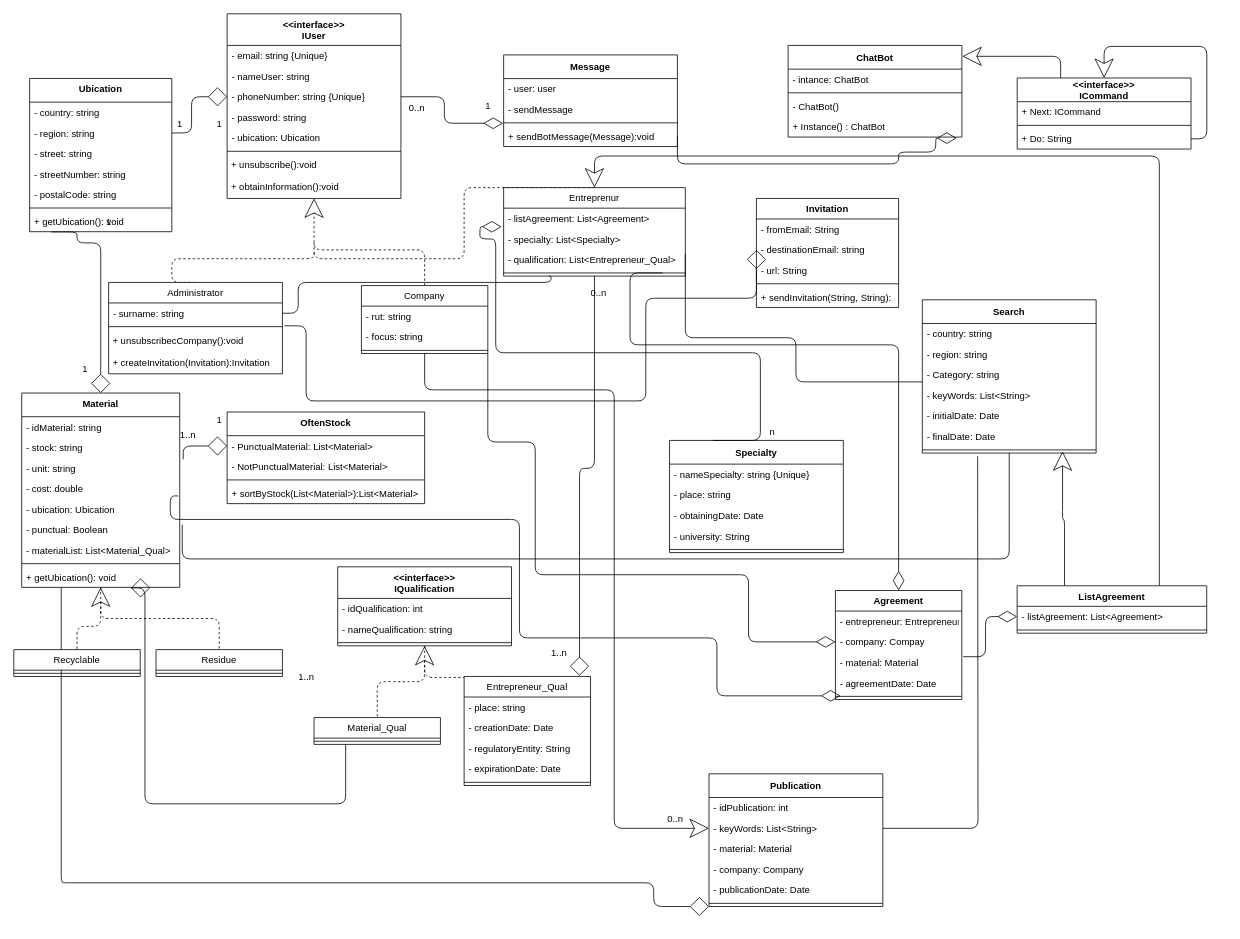
Earlier version of the draw.io diagram docs/DiagramaDeClases.drawio (kevinalvarezvicente/Final_Work_PII_2021). Source tidied: cells renumbered, new cells numbered last; positions are measured from the earlier drawing's top-left corner, leaving out a move shared by most shapes. Both pictures are drawn from the tidied source at 79%, with x=0, y=0 at pixel (13, 13).
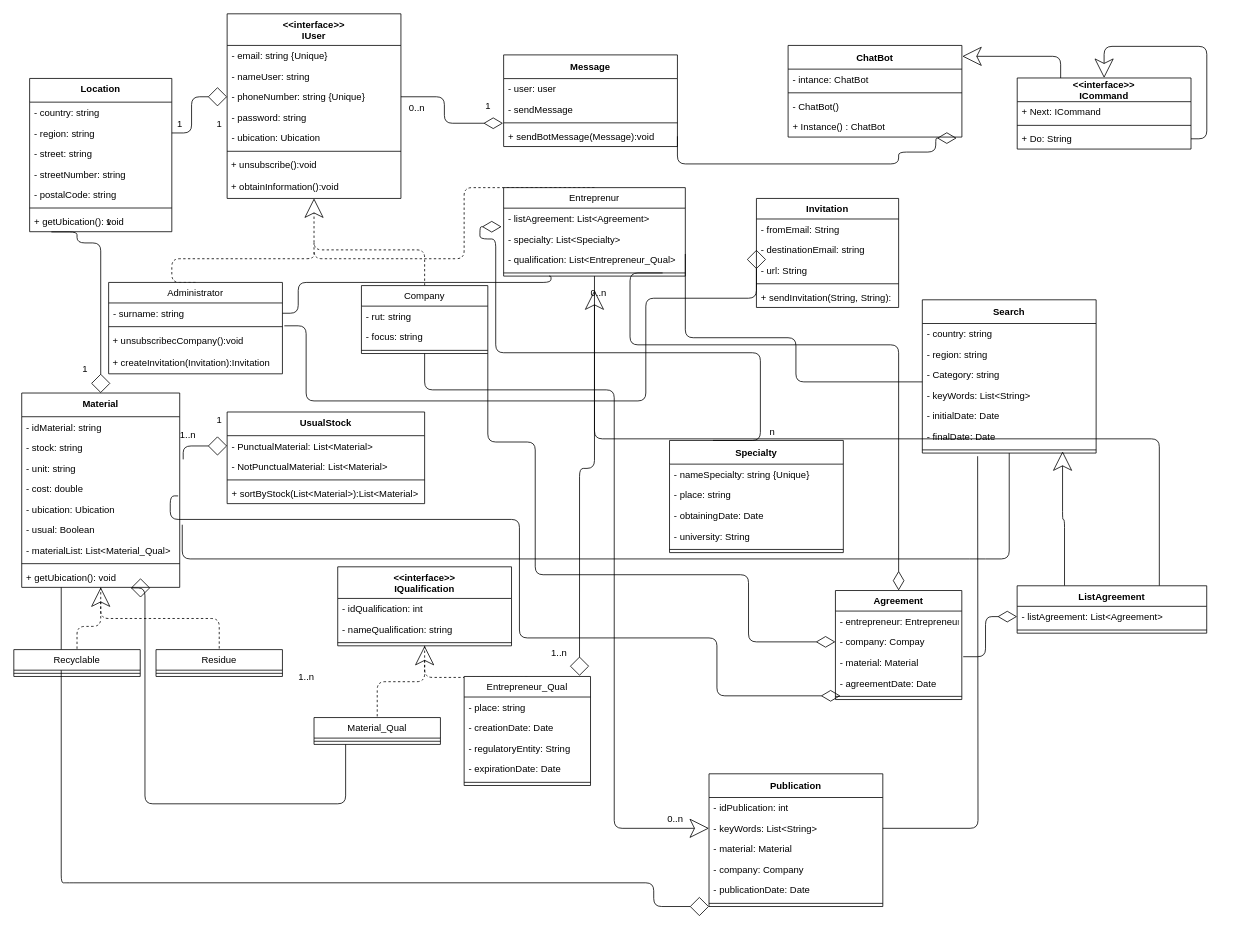
Above is the later version.

Commit message (it also covers changes not shown here):
Classes_a_distribuir

Unchanged cells that the change refers to:
```xml
<mxCell id="17" value="Entreprenur" style="swimlane;fontStyle=0;align=center;verticalAlign=top;horizontal=1;startSize=26;" parent="1" vertex="1">
  <mxGeometry x="620" y="220" width="230" height="112" as="geometry" />
</mxCell>
<mxCell id="25" value="Material" style="swimlane;fontStyle=1;align=center;verticalAlign=top;horizontal=1;startSize=30;" parent="1" vertex="1">
  <mxGeometry x="10" y="480" width="200" height="246" as="geometry" />
</mxCell>
<mxCell id="152" value="ListAgreement" style="swimlane;fontStyle=1;align=center;verticalAlign=top;horizontal=1;startSize=26;" parent="1" vertex="1">
  <mxGeometry x="1270" y="724" width="240" height="60" as="geometry" />
</mxCell>
```

Change to the diagram source:
```diff
@@
-    <mxCell id="31" value="- punctual: Boolean" style="text;strokeColor=none;fillColor=none;align=left;verticalAlign=top;spacingLeft=4;spacingRight=4;overflow=hidden;" parent="25" vertex="1">
+    <mxCell id="31" value="- usual: Boolean" style="text;strokeColor=none;fillColor=none;align=left;verticalAlign=top;spacingLeft=4;spacingRight=4;overflow=hidden;" parent="25" vertex="1">
       <mxGeometry y="160" width="200" height="26" as="geometry" />
     </mxCell>
@@
-    <mxCell id="89" value="Ubication" style="swimlane;fontStyle=1;align=center;verticalAlign=top;horizontal=1;startSize=30;" parent="1" vertex="1">
+    <mxCell id="89" value="Location" style="swimlane;fontStyle=1;align=center;verticalAlign=top;horizontal=1;startSize=30;" parent="1" vertex="1">
       <mxGeometry x="20" y="81.8" width="180" height="194" as="geometry" />
     </mxCell>
@@
-    <mxCell id="114" value="OftenStock" style="swimlane;fontStyle=1;align=center;verticalAlign=top;horizontal=1;startSize=30;" parent="1" vertex="1">
+    <mxCell id="114" value="UsualStock" style="swimlane;fontStyle=1;align=center;verticalAlign=top;horizontal=1;startSize=30;" parent="1" vertex="1">
       <mxGeometry x="270" y="504" width="250" height="116" as="geometry" />
     </mxCell>
@@
-    <mxCell id="151" style="edgeStyle=orthogonalEdgeStyle;rounded=1;jettySize=auto;html=1;exitX=0.75;exitY=0;exitDx=0;exitDy=0;entryX=0.5;entryY=0;entryDx=0;entryDy=0;startArrow=none;startFill=0;startSize=22;sourcePerimeterSpacing=22;endArrow=classic;endFill=0;endSize=22;targetPerimeterSpacing=18;" parent="1" edge="1" source="152" target="17">
+    <mxCell id="151" style="edgeStyle=orthogonalEdgeStyle;rounded=1;jettySize=auto;html=1;exitX=0.75;exitY=0;exitDx=0;exitDy=0;startArrow=none;startFill=0;startSize=22;sourcePerimeterSpacing=22;endArrow=classic;endFill=0;endSize=22;targetPerimeterSpacing=18;" parent="1" edge="1" source="152" target="17">
       <mxGeometry relative="1" as="geometry" />
     </mxCell>
```
